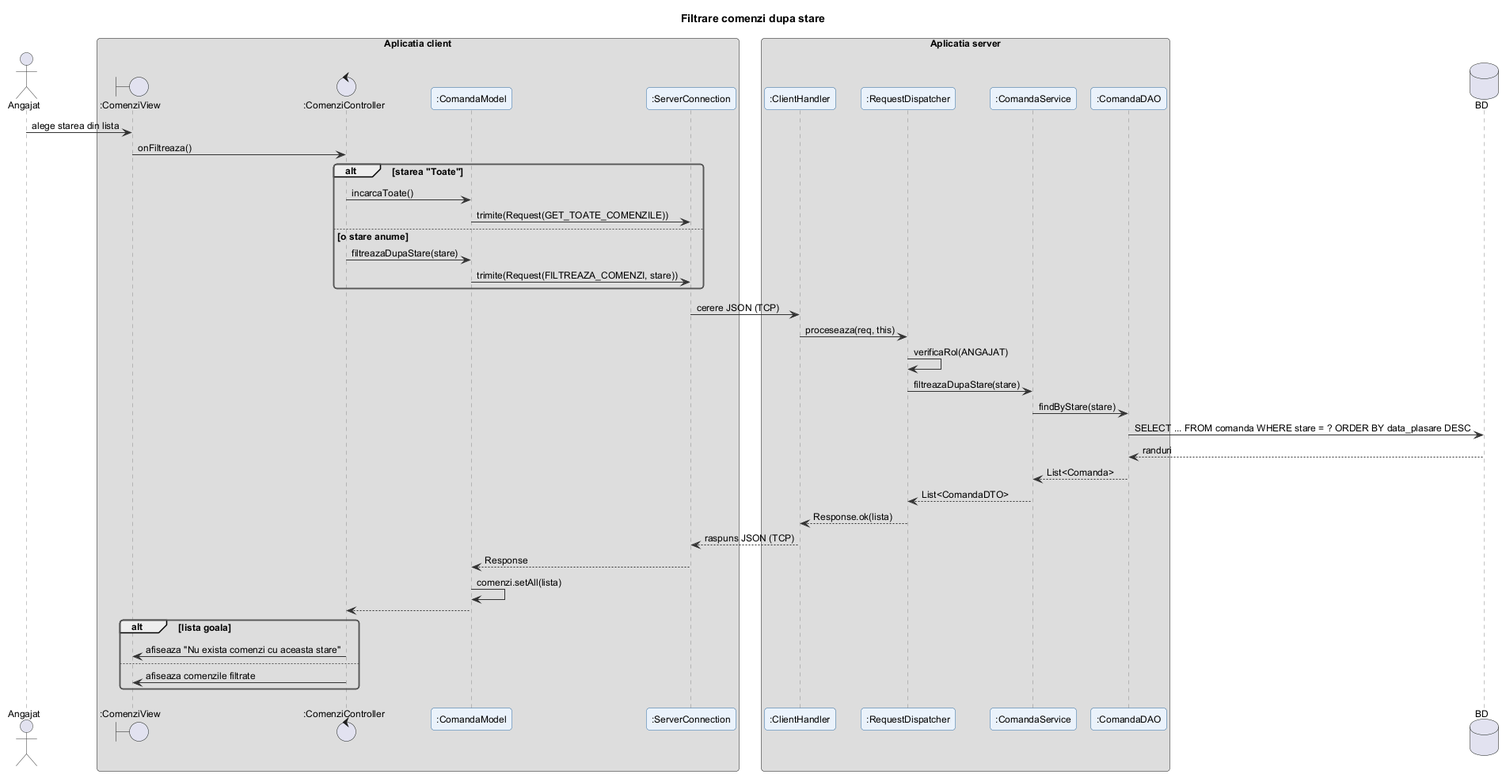
Above: docs/diagrame/6_secventa/filtrare_comenzi.png in filip-eanu/ProiectIS (PlantUML), before the change.
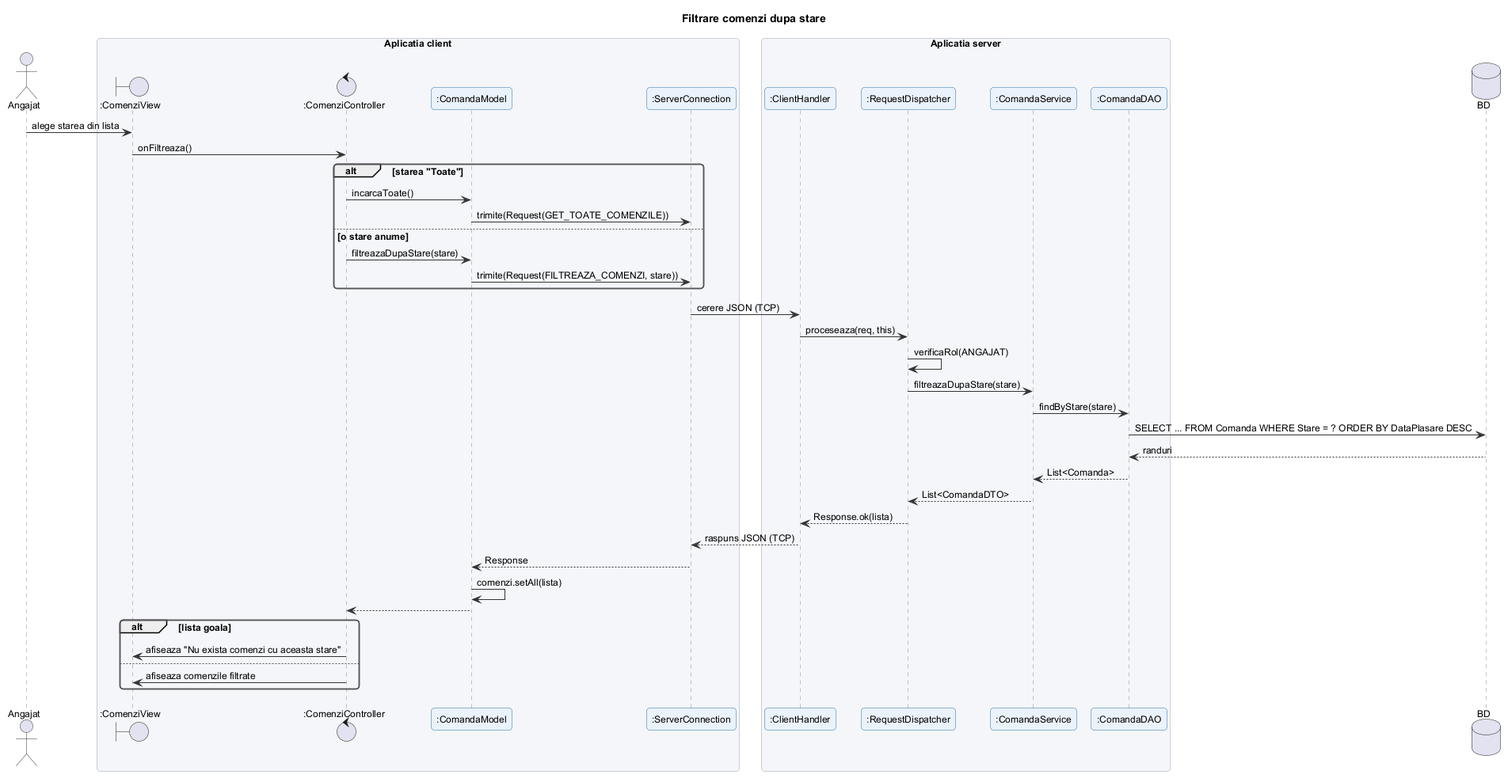
The same file after the commit.

What changed in the source:
```diff
@@ -31,7 +31,7 @@
 RD -> RD : verificaRol(ANGAJAT)
 RD -> S : filtreazaDupaStare(stare)
 S -> D : findByStare(stare)
-D -> DB : SELECT ... FROM comanda WHERE stare = ? ORDER BY data_plasare DESC
+D -> DB : SELECT ... FROM Comanda WHERE Stare = ? ORDER BY DataPlasare DESC
 DB --> D : randuri
 D --> S : List<Comanda>
 S --> RD : List<ComandaDTO>
```
